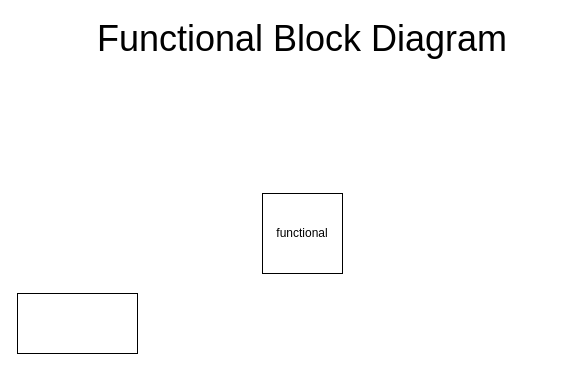
Above: diagrams/functional_block_diagram.drawio in martintara/kaffeknekt (draw.io), before the change. Source tidied: cells renumbered, new cells numbered last; positions are measured from the earlier drawing's top-left corner, leaving out a move shared by most shapes. Both pictures are drawn from the tidied source at 100%, with x=0, y=0 at pixel (17, 23).
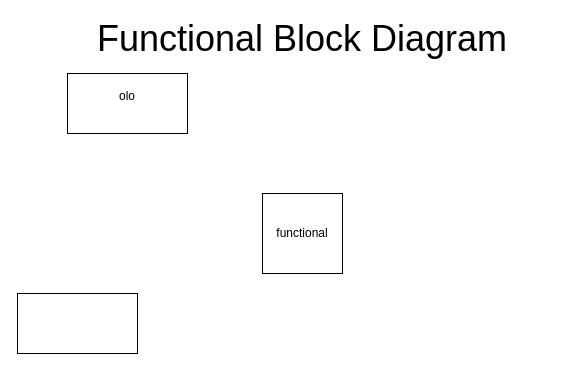
The same page after the edit.

What changed in the source:
```diff
@@
 <mxGraphModel>
   <root>
     <mxCell id="0" />
     <mxCell id="1" parent="0" />
     <mxCell id="2" value="&lt;font style=&quot;font-size: 36px;&quot;&gt;Functional Block Diagram&lt;/font&gt;" style="text;html=1;align=center;verticalAlign=middle;whiteSpace=wrap;rounded=0;" parent="1" vertex="1">
       <mxGeometry x="30" width="510" height="30" as="geometry" />
     </mxCell>
     <mxCell id="3" value="functional" style="whiteSpace=wrap;html=1;" parent="1" vertex="1">
       <mxGeometry x="245" y="170" width="80" height="80" as="geometry" />
     </mxCell>
+    <mxCell id="5" value="olo&lt;div&gt;&lt;br&gt;&lt;/div&gt;" style="whiteSpace=wrap;html=1;" parent="1" vertex="1">
+      <mxGeometry x="50" y="50" width="120" height="60" as="geometry" />
+    </mxCell>
     <mxCell id="4" style="whiteSpace=wrap;html=1;" parent="1" vertex="1">
       <mxGeometry y="270" width="120" height="60" as="geometry" />
     </mxCell>
   </root>
 </mxGraphModel>
```
